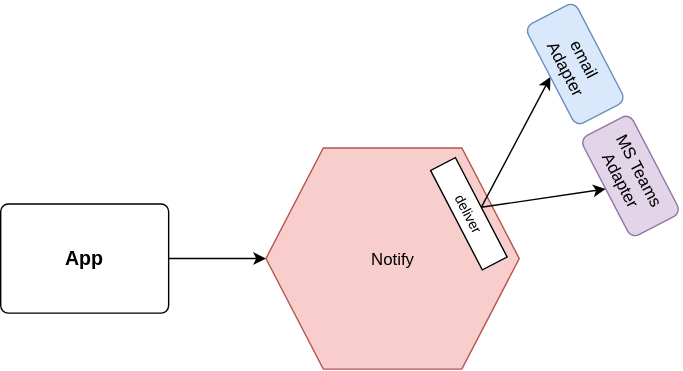
Before: docs/diagrams/notification.drawio.svg, a diagram exported from draw.io (EduardoFLima/alert-triage). Source tidied: cells renumbered, new cells last; positions are measured from the earlier drawing's top-left corner, leaving out a move shared by most shapes. Its diagram source:
```xml
<mxGraphModel>
  <root>
    <mxCell id="0" />
    <mxCell id="1" parent="0" />
    <mxCell id="2" value="Notify" style="shape=hexagon;perimeter=hexagonPerimeter2;whiteSpace=wrap;html=1;shapeInside=1;fixedSize=1;size=41;fillColor=#f8cecc;strokeColor=#b85450;" parent="1" vertex="1">
      <mxGeometry x="189.5" y="80" width="181" height="158" as="geometry" />
    </mxCell>
    <mxCell id="3" value="deliver" style="rounded=1;whiteSpace=wrap;html=1;arcSize=0;rotation=62.5;fontSize=10;" parent="1" vertex="1">
      <mxGeometry x="294.5" y="117" width="80" height="20" as="geometry" />
    </mxCell>
    <mxCell id="4" style="rounded=0;jettySize=auto;html=1;exitX=0.5;exitY=0;exitDx=0;exitDy=0;entryX=0.5;entryY=1;entryDx=0;entryDy=0;" parent="1" edge="1" source="3" target="5">
      <mxGeometry relative="1" as="geometry" />
    </mxCell>
    <mxCell id="5" value="email&lt;br&gt;Adapter" style="rounded=1;whiteSpace=wrap;html=1;rotation=62.5;fillColor=#dae8fc;strokeColor=#6c8ebf;" parent="1" vertex="1">
      <mxGeometry x="370.5" width="80" height="40" as="geometry" />
    </mxCell>
    <mxCell id="6" value="MS Teams Adapter" style="rounded=1;whiteSpace=wrap;html=1;rotation=62.5;fillColor=#e1d5e7;strokeColor=#9673a6;" parent="1" vertex="1">
      <mxGeometry x="410" y="80" width="80" height="40" as="geometry" />
    </mxCell>
    <mxCell id="7" style="rounded=0;jettySize=auto;html=1;exitX=0.5;exitY=0;exitDx=0;exitDy=0;entryX=0.5;entryY=1;entryDx=0;entryDy=0;" parent="1" edge="1" source="3" target="6">
      <mxGeometry relative="1" as="geometry" />
    </mxCell>
    <mxCell id="8" style="edgeStyle=orthogonalEdgeStyle;rounded=0;jettySize=auto;html=1;entryX=0;entryY=0.5;entryDx=0;entryDy=0;" parent="1" edge="1" source="9" target="2">
      <mxGeometry relative="1" as="geometry" />
    </mxCell>
    <mxCell id="9" value="&lt;span style=&quot;font-size: 14px;&quot;&gt;&lt;b&gt;App&lt;/b&gt;&lt;/span&gt;" style="rounded=1;whiteSpace=wrap;html=1;arcSize=7;" parent="1" vertex="1">
      <mxGeometry y="120" width="120" height="78" as="geometry" />
    </mxCell>
  </root>
</mxGraphModel>
```
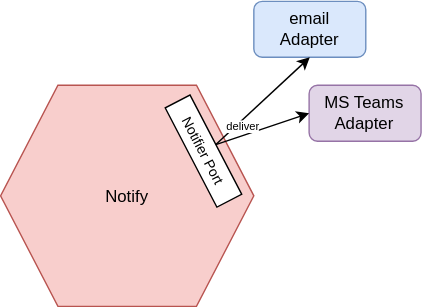
Above is the later version.

Diff of the diagram source:
```diff
@@ -5,26 +5,20 @@
     <mxCell id="2" value="Notify" style="shape=hexagon;perimeter=hexagonPerimeter2;whiteSpace=wrap;html=1;shapeInside=1;fixedSize=1;size=41;fillColor=#f8cecc;strokeColor=#b85450;" parent="1" vertex="1">
       <mxGeometry x="189.5" y="80" width="181" height="158" as="geometry" />
     </mxCell>
-    <mxCell id="3" value="deliver" style="rounded=1;whiteSpace=wrap;html=1;arcSize=0;rotation=62.5;fontSize=10;" parent="1" vertex="1">
+    <mxCell id="3" value="Notifier Port" style="rounded=1;whiteSpace=wrap;html=1;arcSize=0;rotation=62.5;fontSize=10;" parent="1" vertex="1">
       <mxGeometry x="294.5" y="117" width="80" height="20" as="geometry" />
     </mxCell>
-    <mxCell id="4" style="rounded=0;jettySize=auto;html=1;exitX=0.5;exitY=0;exitDx=0;exitDy=0;entryX=0.5;entryY=1;entryDx=0;entryDy=0;" parent="1" edge="1" source="3" target="5">
-      <mxGeometry relative="1" as="geometry" />
+    <mxCell id="4" value="email&lt;br&gt;Adapter" style="rounded=1;whiteSpace=wrap;html=1;rotation=0;fillColor=#dae8fc;strokeColor=#6c8ebf;" parent="1" vertex="1">
+      <mxGeometry x="370.5" y="20" width="80" height="40" as="geometry" />
     </mxCell>
-    <mxCell id="5" value="email&lt;br&gt;Adapter" style="rounded=1;whiteSpace=wrap;html=1;rotation=62.5;fillColor=#dae8fc;strokeColor=#6c8ebf;" parent="1" vertex="1">
-      <mxGeometry x="370.5" width="80" height="40" as="geometry" />
+    <mxCell id="5" value="MS Teams Adapter" style="rounded=1;whiteSpace=wrap;html=1;rotation=0;fillColor=#e1d5e7;strokeColor=#9673a6;" parent="1" vertex="1">
+      <mxGeometry x="410" y="80" width="80" height="40" as="geometry" />
     </mxCell>
-    <mxCell id="6" value="MS Teams Adapter" style="rounded=1;whiteSpace=wrap;html=1;rotation=62.5;fillColor=#e1d5e7;strokeColor=#9673a6;" parent="1" vertex="1">
-      <mxGeometry x="410" y="80" width="80" height="40" as="geometry" />
+    <mxCell id="6" style="rounded=0;jettySize=auto;html=1;exitX=0.5;exitY=0;exitDx=0;exitDy=0;entryX=0;entryY=0.5;entryDx=0;entryDy=0;" parent="1" edge="1" source="3" target="5">
+      <mxGeometry relative="1" as="geometry" />
     </mxCell>
-    <mxCell id="7" style="rounded=0;jettySize=auto;html=1;exitX=0.5;exitY=0;exitDx=0;exitDy=0;entryX=0.5;entryY=1;entryDx=0;entryDy=0;" parent="1" edge="1" source="3" target="6">
-      <mxGeometry relative="1" as="geometry" />
+    <mxCell id="7" value="deliver" style="rounded=0;jettySize=auto;html=1;exitX=0.5;exitY=0;exitDx=0;exitDy=0;entryX=0.5;entryY=1;entryDx=0;entryDy=0;fontSize=8;" parent="1" edge="1" source="3" target="4">
+      <mxGeometry x="-0.52" y="-4" relative="1" as="geometry" />
     </mxCell>
-    <mxCell id="8" style="edgeStyle=orthogonalEdgeStyle;rounded=0;jettySize=auto;html=1;entryX=0;entryY=0.5;entryDx=0;entryDy=0;" parent="1" edge="1" source="9" target="2">
-      <mxGeometry relative="1" as="geometry" />
-    </mxCell>
-    <mxCell id="9" value="&lt;span style=&quot;font-size: 14px;&quot;&gt;&lt;b&gt;App&lt;/b&gt;&lt;/span&gt;" style="rounded=1;whiteSpace=wrap;html=1;arcSize=7;" parent="1" vertex="1">
-      <mxGeometry y="120" width="120" height="78" as="geometry" />
-    </mxCell>
   </root>
 </mxGraphModel>
```
